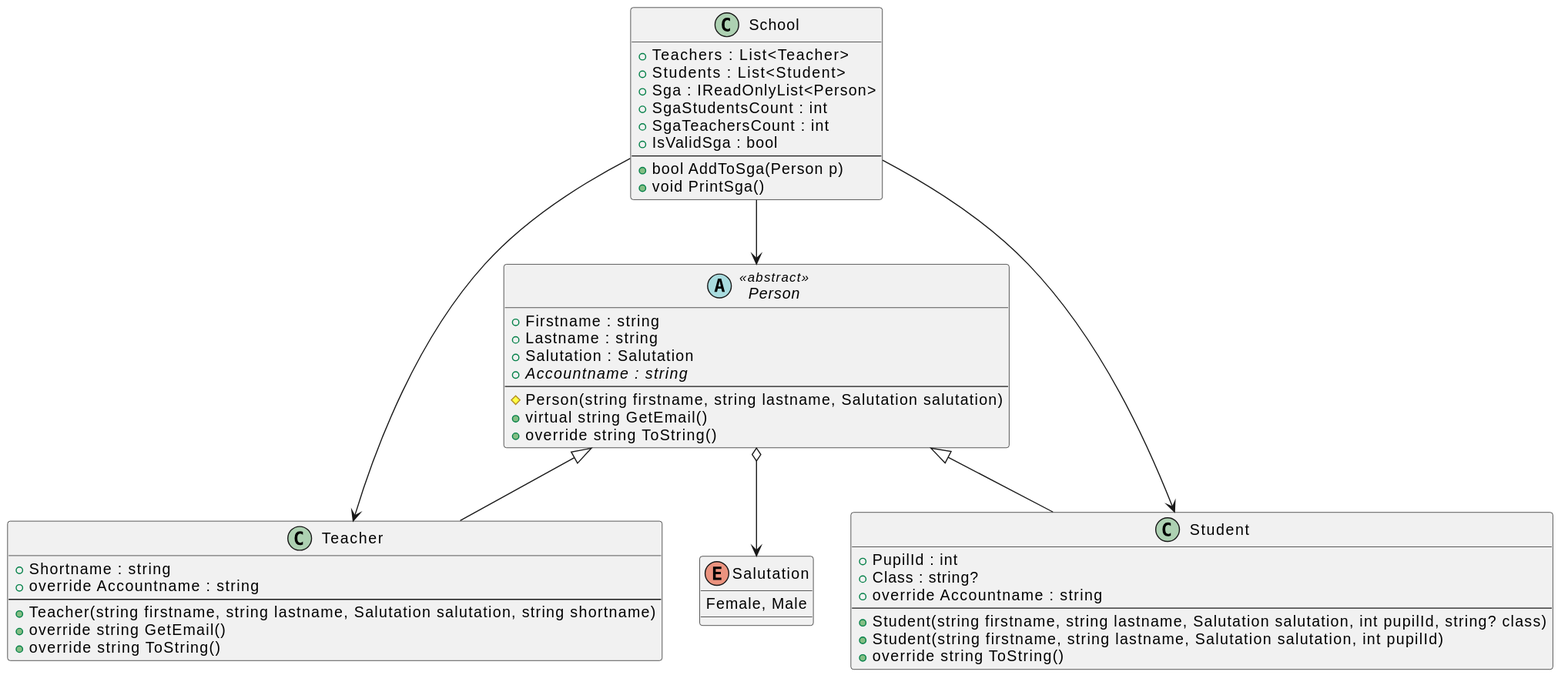
Before: 01 Types/vererbung_diagram.svg, a diagram exported from PlantUML (schletz/Pos3xhif).
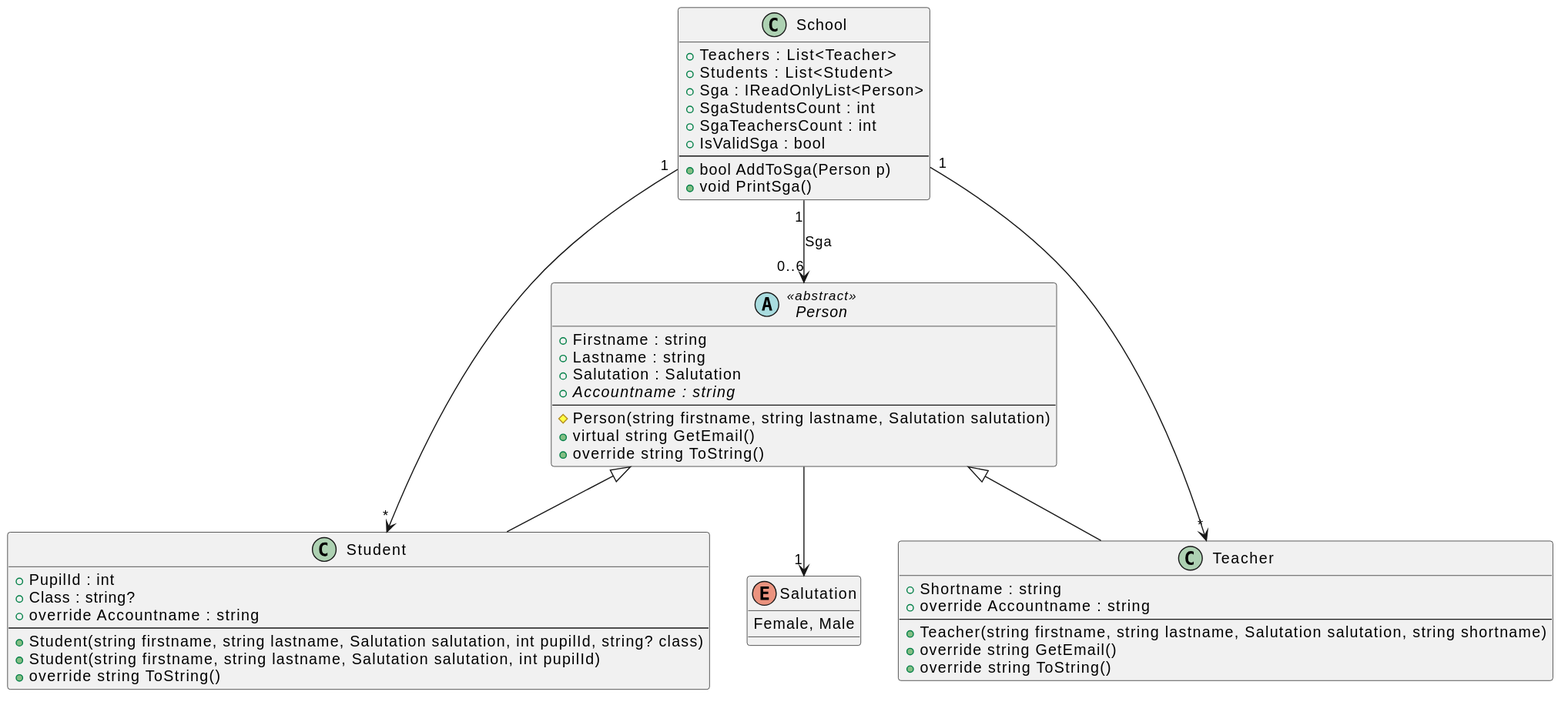
The same diagram one commit later.

The edit, as a diff of the source:
```diff
@@ -14,7 +14,7 @@
     +virtual string GetEmail()
     +override string ToString()
 }
-Person o--> Salutation
+Person --> "1" Salutation
 
 class Teacher
 {
@@ -53,7 +53,7 @@
     +void PrintSga()
 }
 
-School --> Teacher
-School --> Student
-School --> Person
+School "1" --> "*" Teacher
+School "1" --> "*" Student
+School "1" --> "0..6" Person : Sga
 @enduml
```
